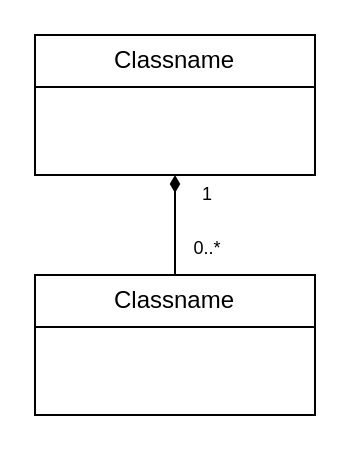
This is Ch06/composition.drawio from edwinchoate/programming-foundations-oo-design, a draw.io file, before an edit. Source tidied: cells renumbered, new cells numbered last; positions are measured from the earlier drawing's top-left corner, leaving out a move shared by most shapes. Both pictures are drawn from the tidied source at 200%, with x=0, y=0 at pixel (34, 34).
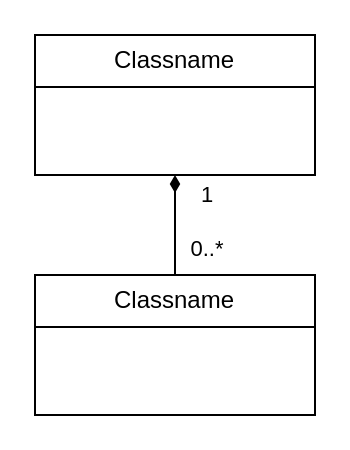
The same diagram, later.

Diff of the diagram source:
```diff
@@
 <mxGraphModel>
   <root>
     <mxCell id="0" />
     <mxCell id="1" parent="0" />
     <mxCell id="2" value="Classname" style="swimlane;fontStyle=0;horizontal=1;startSize=26;fillColor=none;whiteSpace=wrap;html=1;" parent="1" vertex="1">
       <mxGeometry width="140" height="70" as="geometry" />
     </mxCell>
     <mxCell id="3" style="edgeStyle=orthogonalEdgeStyle;rounded=0;jettySize=auto;html=1;entryX=0.5;entryY=1;entryDx=0;entryDy=0;endArrow=diamondThin;endFill=1;" parent="1" edge="1" source="6" target="2">
       <mxGeometry relative="1" as="geometry" />
     </mxCell>
-    <mxCell id="4" value="1" style="edgeLabel;html=1;align=center;verticalAlign=middle;fontSize=9;" parent="3" vertex="1">
+    <mxCell id="4" value="1" style="edgeLabel;html=1;align=center;verticalAlign=middle;fontSize=11;" parent="3" vertex="1">
       <mxGeometry x="0.7" relative="1" as="geometry">
         <mxPoint x="15" y="2" as="offset" />
       </mxGeometry>
     </mxCell>
-    <mxCell id="5" value="0..*" style="edgeLabel;html=1;align=center;verticalAlign=middle;fontSize=9;" parent="3" vertex="1">
+    <mxCell id="5" value="0..*" style="edgeLabel;html=1;align=center;verticalAlign=middle;fontSize=11;" parent="3" vertex="1">
       <mxGeometry x="-0.46" y="-1" relative="1" as="geometry">
         <mxPoint x="14" as="offset" />
       </mxGeometry>
     </mxCell>
     <mxCell id="6" value="Classname" style="swimlane;fontStyle=0;horizontal=1;startSize=26;fillColor=none;whiteSpace=wrap;html=1;" parent="1" vertex="1">
       <mxGeometry y="120" width="140" height="70" as="geometry" />
     </mxCell>
   </root>
 </mxGraphModel>
```
